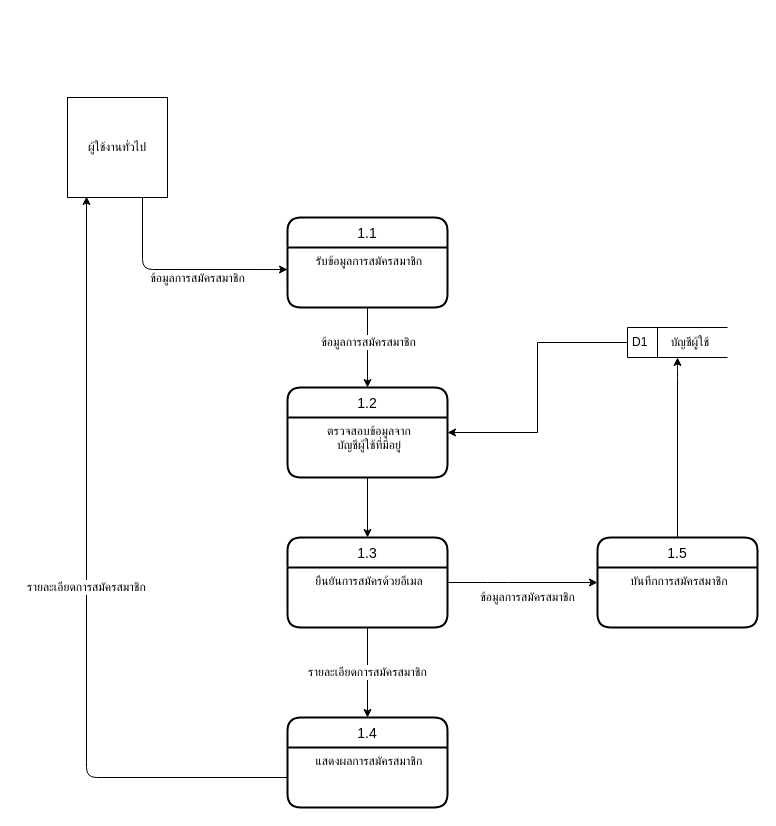
Before: page "process1" (3 of 12) of ProjectProcesses/HostDog_5DFD/dfd.drawio in Hostdogs/Project_Hostdog, a draw.io diagram. Source tidied: cells renumbered, new cells numbered last; positions are measured from the earlier drawing's top-left corner, leaving out a move shared by most shapes. Both pictures are drawn from the tidied source at 100%, with x=0, y=0 at pixel (67, 97).
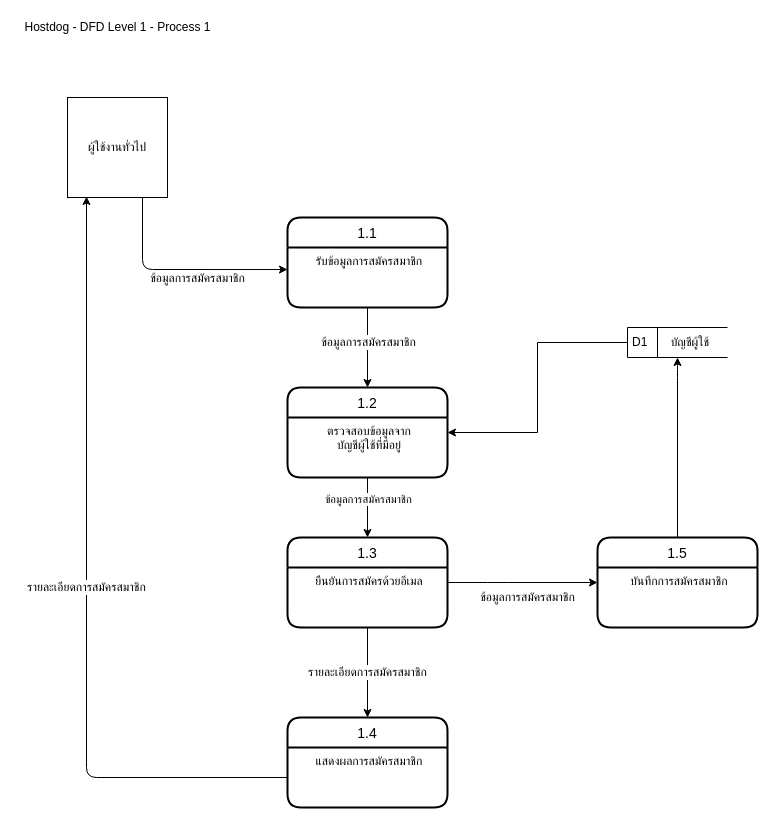
The same diagram, later.

The change refers to these unchanged cells:
```xml
<mxCell id="21" style="edgeStyle=orthogonalEdgeStyle;rounded=0;jettySize=auto;html=1;entryX=0.5;entryY=0;entryDx=0;entryDy=0;" parent="1" edge="1" source="22" target="4">
  <mxGeometry relative="1" as="geometry" />
</mxCell>
```

What changed in the source:
```diff
@@
+    <mxCell id="24" value="ข้อมูลการสมัครสมาชิก" style="edgeLabel;html=1;align=center;verticalAlign=middle;" parent="21" vertex="1">
+      <mxGeometry x="-0.29" y="-2" relative="1" as="geometry">
+        <mxPoint x="2" as="offset" />
+      </mxGeometry>
+    </mxCell>
@@
+    <mxCell id="25" value="Hostdog - DFD Level 1 - Process 1" style="text;html=1;align=center;verticalAlign=middle;" parent="1" vertex="1">
+      <mxGeometry x="-50" y="-80" width="200" height="20" as="geometry" />
+    </mxCell>
```
